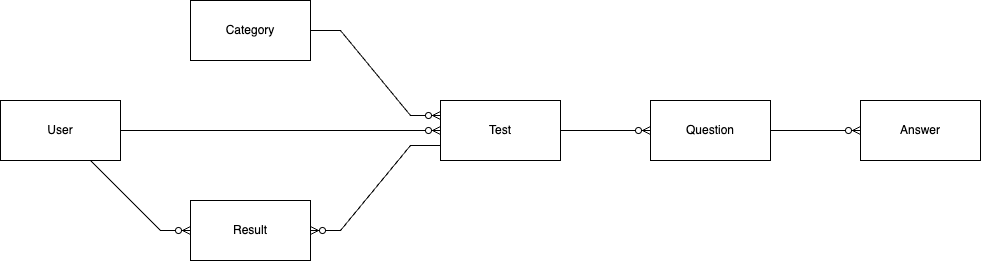
Earlier version of the draw.io export test_guru/er_test_guru.drawio.png (BystrovN/images). Source tidied: cells renumbered, new cells last; positions are measured from the earlier drawing's top-left corner, leaving out a move shared by most shapes. Source of this version:
```xml
<mxGraphModel>
  <root>
    <mxCell id="0" />
    <mxCell id="1" parent="0" />
    <mxCell id="2" value="Answer" style="rounded=0;whiteSpace=wrap;html=1;" parent="1" vertex="1">
      <mxGeometry x="1010" y="100" width="120" height="60" as="geometry" />
    </mxCell>
    <mxCell id="3" value="Category" style="rounded=0;whiteSpace=wrap;html=1;" parent="1" vertex="1">
      <mxGeometry x="340" width="120" height="60" as="geometry" />
    </mxCell>
    <mxCell id="4" value="Question" style="rounded=0;whiteSpace=wrap;html=1;" parent="1" vertex="1">
      <mxGeometry x="800" y="100" width="120" height="60" as="geometry" />
    </mxCell>
    <mxCell id="5" value="Result" style="rounded=0;whiteSpace=wrap;html=1;" parent="1" vertex="1">
      <mxGeometry x="340" y="200" width="120" height="60" as="geometry" />
    </mxCell>
    <mxCell id="6" value="Test" style="rounded=0;whiteSpace=wrap;html=1;" parent="1" vertex="1">
      <mxGeometry x="590" y="100" width="120" height="60" as="geometry" />
    </mxCell>
    <mxCell id="7" value="User" style="rounded=0;whiteSpace=wrap;html=1;" parent="1" vertex="1">
      <mxGeometry x="150" y="100" width="120" height="60" as="geometry" />
    </mxCell>
    <mxCell id="8" style="edgeStyle=entityRelationEdgeStyle;fontSize=12;html=1;endArrow=ERzeroToMany;endFill=1;rounded=0;exitX=1;exitY=0.5;exitDx=0;exitDy=0;entryX=0;entryY=0.5;entryDx=0;entryDy=0;" parent="1" edge="1" source="4" target="2">
      <mxGeometry relative="1" as="geometry" />
    </mxCell>
    <mxCell id="9" style="edgeStyle=entityRelationEdgeStyle;fontSize=12;html=1;endArrow=ERzeroToMany;endFill=1;rounded=0;exitX=1;exitY=0.5;exitDx=0;exitDy=0;entryX=0;entryY=0.25;entryDx=0;entryDy=0;" parent="1" edge="1" source="3" target="6">
      <mxGeometry relative="1" as="geometry" />
    </mxCell>
    <mxCell id="10" style="edgeStyle=entityRelationEdgeStyle;fontSize=12;html=1;endArrow=ERzeroToMany;endFill=1;rounded=0;exitX=1;exitY=0.5;exitDx=0;exitDy=0;entryX=0;entryY=0.5;entryDx=0;entryDy=0;" parent="1" edge="1" source="6" target="4">
      <mxGeometry relative="1" as="geometry">
        <Array as="points">
          <mxPoint x="830" y="65" />
          <mxPoint x="870" y="80" />
          <mxPoint x="850" y="35" />
        </Array>
      </mxGeometry>
    </mxCell>
    <mxCell id="11" style="edgeStyle=entityRelationEdgeStyle;fontSize=12;html=1;endArrow=ERzeroToMany;endFill=1;rounded=0;exitX=1;exitY=0.5;exitDx=0;exitDy=0;entryX=0;entryY=0.5;entryDx=0;entryDy=0;" parent="1" edge="1" source="7" target="6">
      <mxGeometry relative="1" as="geometry">
        <Array as="points">
          <mxPoint x="670" y="230" />
          <mxPoint x="570" y="300" />
          <mxPoint x="660" y="180" />
        </Array>
      </mxGeometry>
    </mxCell>
    <mxCell id="12" style="edgeStyle=entityRelationEdgeStyle;fontSize=12;html=1;endArrow=ERzeroToMany;endFill=1;rounded=0;exitX=0;exitY=0.75;exitDx=0;exitDy=0;entryX=1;entryY=0.5;entryDx=0;entryDy=0;" parent="1" edge="1" source="6" target="5">
      <mxGeometry relative="1" as="geometry" />
    </mxCell>
    <mxCell id="13" style="edgeStyle=entityRelationEdgeStyle;fontSize=12;html=1;endArrow=ERzeroToMany;endFill=1;rounded=0;entryX=0;entryY=0.5;entryDx=0;entryDy=0;exitX=0.5;exitY=1;exitDx=0;exitDy=0;" parent="1" edge="1" source="7" target="5">
      <mxGeometry relative="1" as="geometry">
        <Array as="points">
          <mxPoint x="70" y="240" />
          <mxPoint x="210" y="190" />
          <mxPoint x="40" y="190" />
          <mxPoint x="100" y="180" />
          <mxPoint x="120" y="200" />
          <mxPoint x="100" y="210" />
          <mxPoint x="190" y="220" />
          <mxPoint x="230" y="190" />
          <mxPoint y="330" />
          <mxPoint x="210" y="340" />
        </Array>
      </mxGeometry>
    </mxCell>
  </root>
</mxGraphModel>
```
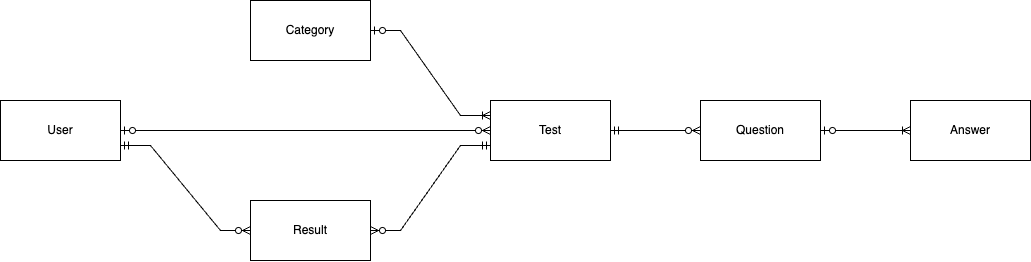
The same file after the commit.

Change to the diagram source:
```diff
@@ -6,62 +6,37 @@
       <mxGeometry x="1010" y="100" width="120" height="60" as="geometry" />
     </mxCell>
     <mxCell id="3" value="Category" style="rounded=0;whiteSpace=wrap;html=1;" parent="1" vertex="1">
-      <mxGeometry x="340" width="120" height="60" as="geometry" />
+      <mxGeometry x="350" width="120" height="60" as="geometry" />
     </mxCell>
     <mxCell id="4" value="Question" style="rounded=0;whiteSpace=wrap;html=1;" parent="1" vertex="1">
       <mxGeometry x="800" y="100" width="120" height="60" as="geometry" />
     </mxCell>
     <mxCell id="5" value="Result" style="rounded=0;whiteSpace=wrap;html=1;" parent="1" vertex="1">
-      <mxGeometry x="340" y="200" width="120" height="60" as="geometry" />
+      <mxGeometry x="350" y="200" width="120" height="60" as="geometry" />
     </mxCell>
     <mxCell id="6" value="Test" style="rounded=0;whiteSpace=wrap;html=1;" parent="1" vertex="1">
       <mxGeometry x="590" y="100" width="120" height="60" as="geometry" />
     </mxCell>
     <mxCell id="7" value="User" style="rounded=0;whiteSpace=wrap;html=1;" parent="1" vertex="1">
-      <mxGeometry x="150" y="100" width="120" height="60" as="geometry" />
+      <mxGeometry x="100" y="100" width="120" height="60" as="geometry" />
     </mxCell>
+    <mxCell id="10" style="edgeStyle=entityRelationEdgeStyle;fontSize=12;html=1;endArrow=ERzeroToMany;startArrow=ERmandOne;rounded=0;entryX=0;entryY=0.5;entryDx=0;entryDy=0;exitX=1;exitY=0.5;exitDx=0;exitDy=0;" parent="1" edge="1" source="6" target="4">
+      <mxGeometry relative="1" as="geometry" />
+    </mxCell>
-    <mxCell id="8" style="edgeStyle=entityRelationEdgeStyle;fontSize=12;html=1;endArrow=ERzeroToMany;endFill=1;rounded=0;exitX=1;exitY=0.5;exitDx=0;exitDy=0;entryX=0;entryY=0.5;entryDx=0;entryDy=0;" parent="1" edge="1" source="4" target="2">
+    <mxCell id="8" style="edgeStyle=entityRelationEdgeStyle;fontSize=12;html=1;endArrow=ERoneToMany;startArrow=ERzeroToOne;rounded=0;exitX=1;exitY=0.5;exitDx=0;exitDy=0;entryX=0;entryY=0.5;entryDx=0;entryDy=0;" parent="1" edge="1" source="4" target="2">
       <mxGeometry relative="1" as="geometry" />
     </mxCell>
-    <mxCell id="9" style="edgeStyle=entityRelationEdgeStyle;fontSize=12;html=1;endArrow=ERzeroToMany;endFill=1;rounded=0;exitX=1;exitY=0.5;exitDx=0;exitDy=0;entryX=0;entryY=0.25;entryDx=0;entryDy=0;" parent="1" edge="1" source="3" target="6">
+    <mxCell id="9" style="edgeStyle=entityRelationEdgeStyle;fontSize=12;html=1;endArrow=ERoneToMany;startArrow=ERzeroToOne;rounded=0;exitX=1;exitY=0.5;exitDx=0;exitDy=0;entryX=0;entryY=0.25;entryDx=0;entryDy=0;" parent="1" edge="1" source="3" target="6">
       <mxGeometry relative="1" as="geometry" />
     </mxCell>
-    <mxCell id="10" style="edgeStyle=entityRelationEdgeStyle;fontSize=12;html=1;endArrow=ERzeroToMany;endFill=1;rounded=0;exitX=1;exitY=0.5;exitDx=0;exitDy=0;entryX=0;entryY=0.5;entryDx=0;entryDy=0;" parent="1" edge="1" source="6" target="4">
-      <mxGeometry relative="1" as="geometry">
-        <Array as="points">
-          <mxPoint x="830" y="65" />
-          <mxPoint x="870" y="80" />
-          <mxPoint x="850" y="35" />
-        </Array>
-      </mxGeometry>
-    </mxCell>
-    <mxCell id="11" style="edgeStyle=entityRelationEdgeStyle;fontSize=12;html=1;endArrow=ERzeroToMany;endFill=1;rounded=0;exitX=1;exitY=0.5;exitDx=0;exitDy=0;entryX=0;entryY=0.5;entryDx=0;entryDy=0;" parent="1" edge="1" source="7" target="6">
-      <mxGeometry relative="1" as="geometry">
-        <Array as="points">
-          <mxPoint x="670" y="230" />
-          <mxPoint x="570" y="300" />
-          <mxPoint x="660" y="180" />
-        </Array>
-      </mxGeometry>
+    <mxCell id="11" style="edgeStyle=entityRelationEdgeStyle;fontSize=12;html=1;endArrow=ERzeroToMany;startArrow=ERzeroToOne;rounded=0;entryX=0;entryY=0.5;entryDx=0;entryDy=0;exitX=1;exitY=0.5;exitDx=0;exitDy=0;" parent="1" edge="1" source="7" target="6">
+      <mxGeometry relative="1" as="geometry" />
     </mxCell>
+    <mxCell id="13" style="edgeStyle=entityRelationEdgeStyle;fontSize=12;html=1;endArrow=ERzeroToMany;startArrow=ERmandOne;rounded=0;exitX=1;exitY=0.75;exitDx=0;exitDy=0;entryX=0;entryY=0.5;entryDx=0;entryDy=0;" parent="1" edge="1" source="7" target="5">
+      <mxGeometry relative="1" as="geometry" />
+    </mxCell>
-    <mxCell id="12" style="edgeStyle=entityRelationEdgeStyle;fontSize=12;html=1;endArrow=ERzeroToMany;endFill=1;rounded=0;exitX=0;exitY=0.75;exitDx=0;exitDy=0;entryX=1;entryY=0.5;entryDx=0;entryDy=0;" parent="1" edge="1" source="6" target="5">
+    <mxCell id="12" style="edgeStyle=entityRelationEdgeStyle;fontSize=12;html=1;endArrow=ERzeroToMany;startArrow=ERmandOne;rounded=0;entryX=1;entryY=0.5;entryDx=0;entryDy=0;exitX=0;exitY=0.75;exitDx=0;exitDy=0;" parent="1" edge="1" source="6" target="5">
       <mxGeometry relative="1" as="geometry" />
     </mxCell>
-    <mxCell id="13" style="edgeStyle=entityRelationEdgeStyle;fontSize=12;html=1;endArrow=ERzeroToMany;endFill=1;rounded=0;entryX=0;entryY=0.5;entryDx=0;entryDy=0;exitX=0.5;exitY=1;exitDx=0;exitDy=0;" parent="1" edge="1" source="7" target="5">
-      <mxGeometry relative="1" as="geometry">
-        <Array as="points">
-          <mxPoint x="70" y="240" />
-          <mxPoint x="210" y="190" />
-          <mxPoint x="40" y="190" />
-          <mxPoint x="100" y="180" />
-          <mxPoint x="120" y="200" />
-          <mxPoint x="100" y="210" />
-          <mxPoint x="190" y="220" />
-          <mxPoint x="230" y="190" />
-          <mxPoint y="330" />
-          <mxPoint x="210" y="340" />
-        </Array>
-      </mxGeometry>
-    </mxCell>
   </root>
 </mxGraphModel>
```
